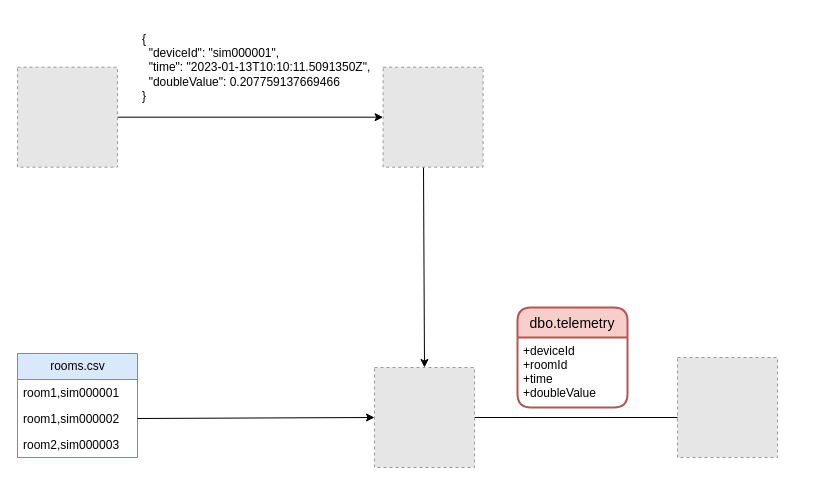
Earlier version of the draw.io diagram docs/cloud-architecture.drawio (syedhassaanahmed/portable-etl). Source tidied: cells renumbered, new cells numbered last; positions are measured from the earlier drawing's top-left corner, leaving out a move shared by most shapes. Both pictures are drawn from the tidied source at 100%, with x=0, y=0 at pixel (17, 17). Pictures stored in the file or linked from it are replaced by grey dashed boxes.
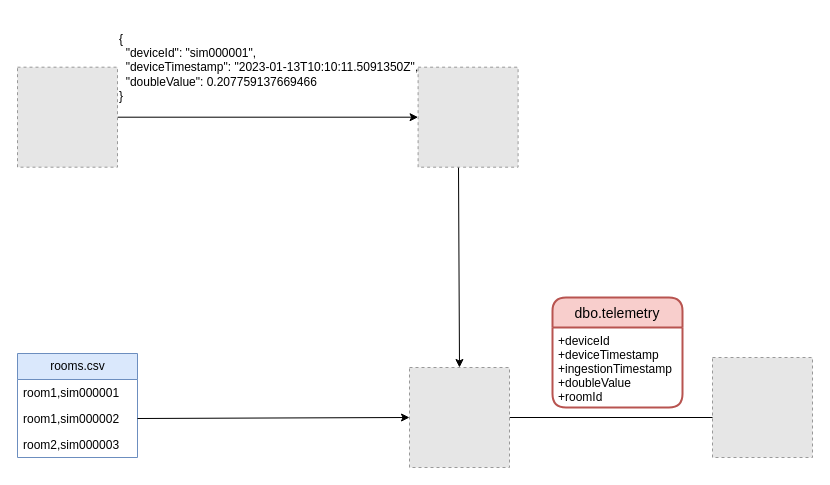
Above is the later version.

Commit message (it also covers changes not shown here):
Update arch diagrams

The edit, as a diff of the source:
```diff
@@
 <mxGraphModel>
   <root>
     <mxCell id="0" />
     <mxCell id="1" parent="0" />
     <mxCell id="2" style="endArrow=classic;html=1;rounded=0;exitX=1;exitY=0.5;exitDx=0;exitDy=0;" parent="1" edge="1" source="13" target="14">
       <mxGeometry relative="1" as="geometry" />
     </mxCell>
     <mxCell id="3" style="endArrow=classic;html=1;rounded=0;exitX=0.25;exitY=1;exitDx=0;exitDy=0;entryX=0.5;entryY=0;entryDx=0;entryDy=0;" parent="1" edge="1" target="15">
       <mxGeometry relative="1" as="geometry">
-        <mxPoint x="406" y="148.7" as="sourcePoint" />
+        <mxPoint x="441" y="148.7" as="sourcePoint" />
       </mxGeometry>
     </mxCell>
     <mxCell id="4" style="endArrow=classic;html=1;rounded=0;exitX=1;exitY=0.5;exitDx=0;exitDy=0;" parent="1" edge="1" source="15">
       <mxGeometry relative="1" as="geometry">
-        <mxPoint x="670" y="400" as="targetPoint" />
+        <mxPoint x="705" y="400" as="targetPoint" />
       </mxGeometry>
     </mxCell>
-    <mxCell id="5" value="&lt;div&gt;{&lt;/div&gt;&lt;div&gt;&amp;nbsp; &quot;deviceId&quot;: &quot;sim000001&quot;,&lt;/div&gt;&lt;div&gt;&amp;nbsp; &quot;time&quot;: &quot;2023-01-13T10:10:11.5091350Z&quot;,&lt;/div&gt;&lt;div&gt;&amp;nbsp; &quot;doubleValue&quot;: 0.207759137669466&lt;/div&gt;&lt;div&gt;}&lt;/div&gt;" style="text;html=1;strokeColor=none;fillColor=none;align=left;verticalAlign=middle;whiteSpace=wrap;rounded=0;" parent="1" vertex="1">
-      <mxGeometry x="123" width="300" height="100" as="geometry" />
+    <mxCell id="5" value="&lt;div&gt;{&lt;/div&gt;&lt;div&gt;&amp;nbsp; &quot;deviceId&quot;: &quot;sim000001&quot;,&lt;/div&gt;&lt;div&gt;&amp;nbsp; &quot;deviceTimestamp&quot;: &quot;2023-01-13T10:10:11.5091350Z&quot;,&lt;/div&gt;&lt;div&gt;&amp;nbsp; &quot;doubleValue&quot;: 0.207759137669466&lt;/div&gt;&lt;div&gt;}&lt;/div&gt;" style="text;html=1;strokeColor=none;fillColor=none;align=left;verticalAlign=middle;whiteSpace=wrap;rounded=0;" parent="1" vertex="1">
+      <mxGeometry x="100" width="327" height="100" as="geometry" />
     </mxCell>
     <mxCell id="6" value="dbo.telemetry" style="swimlane;horizontal=1;startSize=30;rounded=1;fontSize=14;fontStyle=0;strokeWidth=2;shadow=0;dashed=0;align=center;fillColor=#f8cecc;strokeColor=#b85450;" parent="1" vertex="1">
-      <mxGeometry x="500" y="290" width="110" height="100" as="geometry" />
+      <mxGeometry x="535" y="280" width="130" height="110" as="geometry" />
     </mxCell>
-    <mxCell id="7" value="+deviceId&#10;+roomId&#10;+time&#10;+doubleValue" style="align=left;strokeColor=none;fillColor=none;spacingLeft=4;fontSize=12;verticalAlign=top;" parent="6" vertex="1">
-      <mxGeometry y="30" width="110" height="70" as="geometry" />
+    <mxCell id="7" value="+deviceId&#10;+deviceTimestamp&#10;+ingestionTimestamp&#10;+doubleValue&#10;+roomId" style="align=left;strokeColor=none;fillColor=none;spacingLeft=4;fontSize=12;verticalAlign=top;" parent="6" vertex="1">
+      <mxGeometry y="30" width="130" height="80" as="geometry" />
     </mxCell>
     <mxCell id="8" value="rooms.csv" style="swimlane;fontStyle=0;horizontal=1;startSize=26;fillColor=#dae8fc;html=1;strokeColor=#6c8ebf;" parent="1" vertex="1">
       <mxGeometry y="336" width="120" height="104" as="geometry" />
     </mxCell>
     <mxCell id="9" value="room1,sim000001" style="text;strokeColor=none;fillColor=none;align=left;verticalAlign=top;spacingLeft=4;spacingRight=4;overflow=hidden;whiteSpace=wrap;html=1;" parent="8" vertex="1">
       <mxGeometry y="26" width="120" height="26" as="geometry" />
     </mxCell>
     <mxCell id="10" value="room1,sim000002" style="text;strokeColor=none;fillColor=none;align=left;verticalAlign=top;spacingLeft=4;spacingRight=4;overflow=hidden;points=[[0,0.5],[1,0.5]];portConstraint=eastwest;whiteSpace=wrap;html=1;" parent="8" vertex="1">
       <mxGeometry y="52" width="120" height="26" as="geometry" />
     </mxCell>
     <mxCell id="11" value="room2,sim000003" style="text;strokeColor=none;fillColor=none;align=left;verticalAlign=top;spacingLeft=4;spacingRight=4;overflow=hidden;whiteSpace=wrap;html=1;" parent="8" vertex="1">
       <mxGeometry y="78" width="120" height="26" as="geometry" />
     </mxCell>
     <mxCell id="12" style="endArrow=classic;html=1;rounded=0;exitX=1;exitY=0.5;exitDx=0;exitDy=0;entryX=0;entryY=0.5;entryDx=0;entryDy=0;" parent="1" edge="1" source="10" target="15">
       <mxGeometry relative="1" as="geometry" />
     </mxCell>
     <mxCell id="13" style="fillColor=#E6E6E6;strokeColor=#999999;dashed=1;verticalLabelPosition=bottom;labelBackgroundColor=default;verticalAlign=top;" parent="1" vertex="1">
       <mxGeometry y="49.7" width="100" height="100" as="geometry" />
     </mxCell>
     <mxCell id="14" style="fillColor=#E6E6E6;strokeColor=#999999;dashed=1;verticalLabelPosition=bottom;labelBackgroundColor=default;verticalAlign=top;" parent="1" vertex="1">
-      <mxGeometry x="365.6" y="49.7" width="100" height="100" as="geometry" />
+      <mxGeometry x="400.6" y="49.7" width="100" height="100" as="geometry" />
     </mxCell>
     <mxCell id="15" style="fillColor=#E6E6E6;strokeColor=#999999;dashed=1;verticalLabelPosition=bottom;labelBackgroundColor=default;verticalAlign=top;" parent="1" vertex="1">
-      <mxGeometry x="357" y="350" width="100" height="100" as="geometry" />
+      <mxGeometry x="392" y="350" width="100" height="100" as="geometry" />
     </mxCell>
     <mxCell id="16" style="fillColor=#E6E6E6;strokeColor=#999999;dashed=1;verticalLabelPosition=bottom;labelBackgroundColor=default;verticalAlign=top;" parent="1" vertex="1">
-      <mxGeometry x="660" y="340" width="100" height="100" as="geometry" />
+      <mxGeometry x="695" y="340" width="100" height="100" as="geometry" />
     </mxCell>
   </root>
 </mxGraphModel>
```
